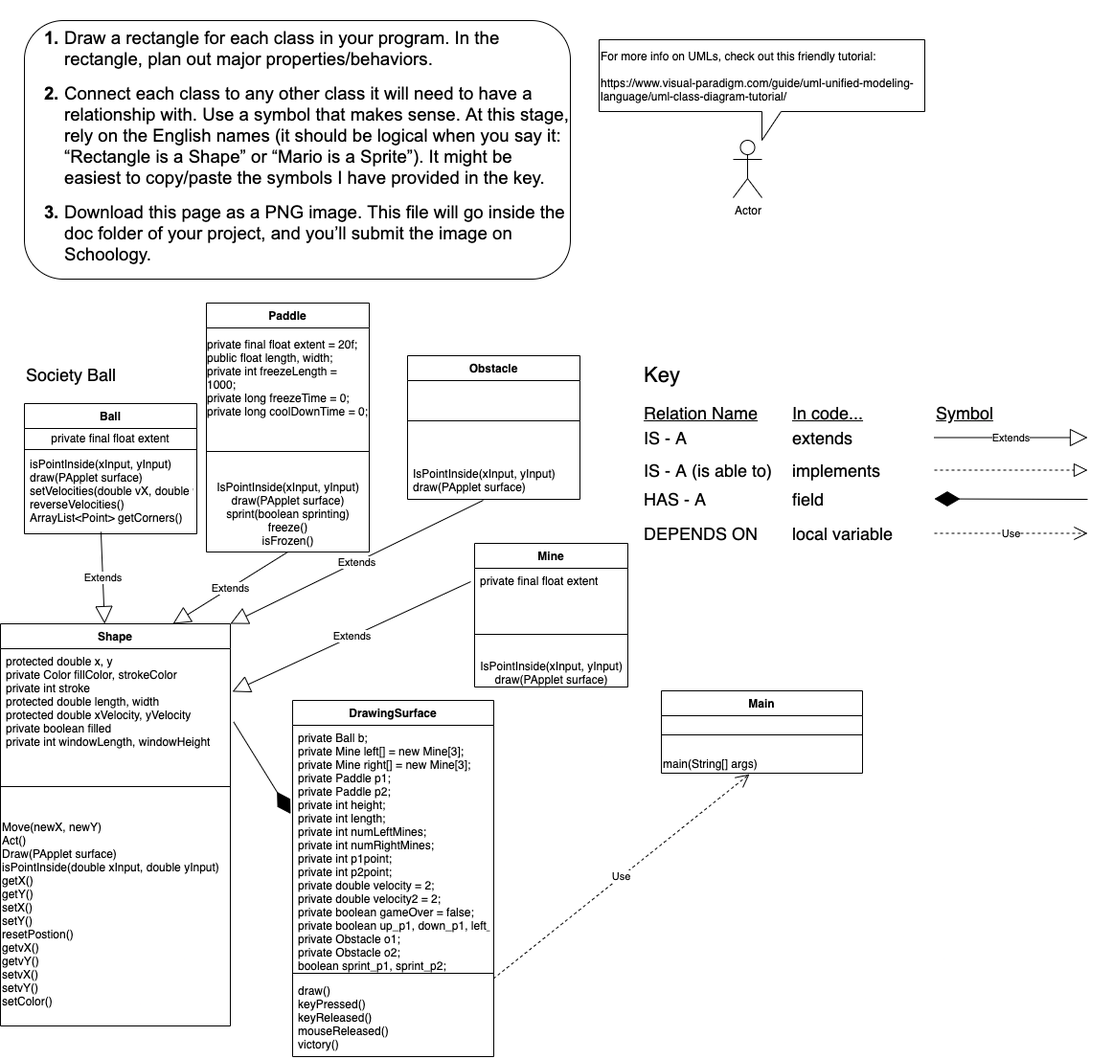
The draw.io diagram SocietyBall/doc/UML - SOCIETY BALL.png in HHSAPCompSci2020/capstone-project-society, before a commit. Source tidied: cells renumbered, new cells last; positions are measured from the earlier drawing's top-left corner, leaving out a move shared by most shapes.
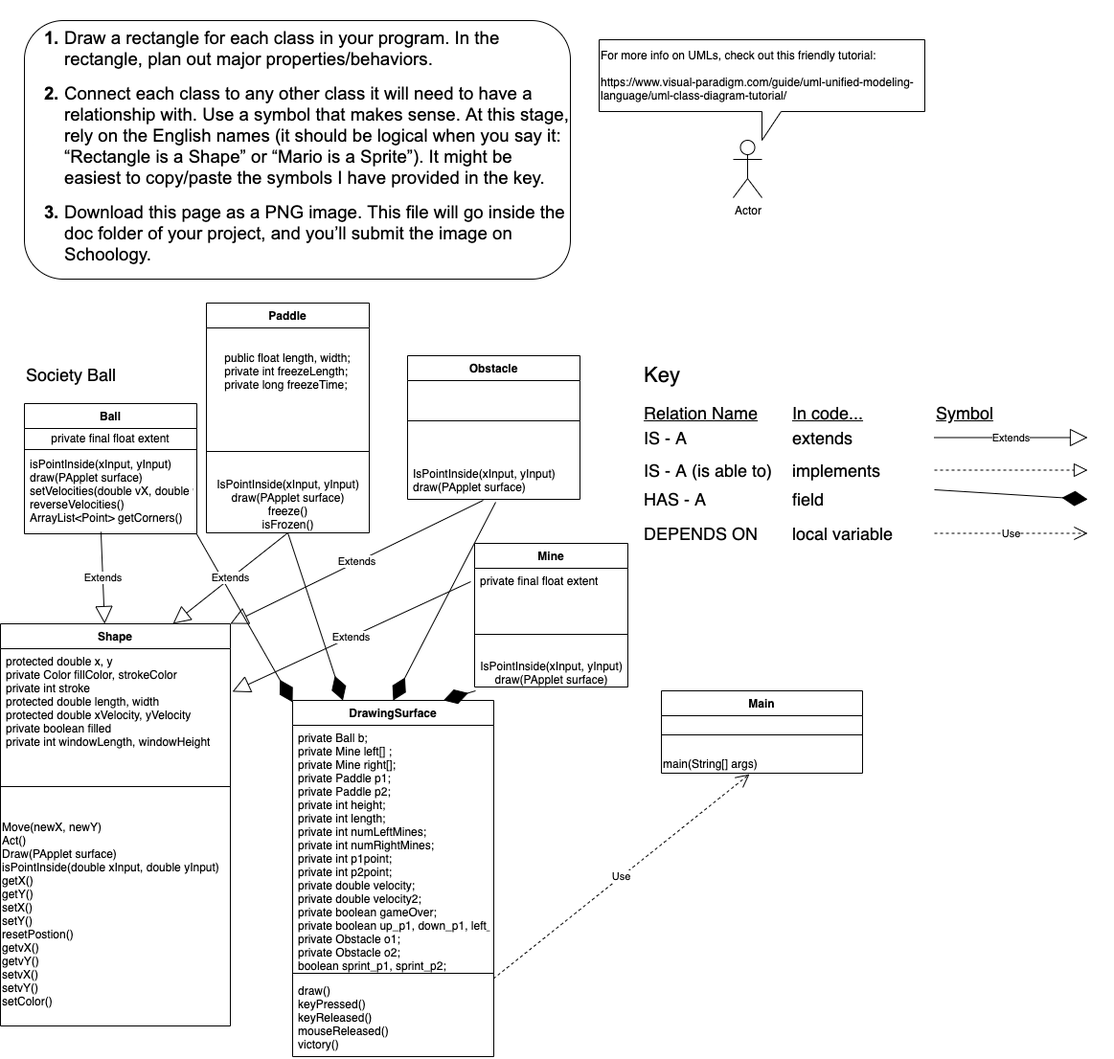
After the change.

Change to the diagram source:
```diff
@@ -14,6 +14,11 @@
     <mxCell id="5" value="isPointInside(xInput, yInput)&#10;draw(PApplet surface)&#10;setVelocities(double vX, double vY)&#10;reverseVelocities()&#10;ArrayList&lt;Point&gt; getCorners()" style="text;strokeColor=none;fillColor=none;align=left;verticalAlign=top;spacingLeft=4;spacingRight=4;overflow=hidden;points=[[0,0.5],[1,0.5]];portConstraint=eastwest;" parent="2" vertex="1">
       <mxGeometry y="50" width="180" height="86" as="geometry" />
     </mxCell>
+    <mxCell id="37" style="endArrow=diamondThin;endFill=1;endSize=24;html=1;" parent="2" edge="1" target="18">
+      <mxGeometry relative="1" as="geometry">
+        <mxPoint x="180" y="136.5" as="sourcePoint" />
+      </mxGeometry>
+    </mxCell>
     <mxCell id="6" value="&lt;br&gt;&lt;br&gt;&lt;b style=&quot;font-weight: normal&quot; id=&quot;docs-internal-guid-c7d128cd-7fff-e6f1-a204-49fbba2cfa26&quot;&gt;&lt;ol style=&quot;margin-top: 0 ; margin-bottom: 0&quot;&gt;&lt;li dir=&quot;ltr&quot; style=&quot;list-style-type: decimal ; font-size: 14pt ; font-family: &amp;#34;arial&amp;#34; ; color: rgb(0 , 0 , 0) ; background-color: transparent ; font-weight: 700 ; font-style: normal ; font-variant: normal ; text-decoration: none ; vertical-align: baseline&quot;&gt;&lt;p dir=&quot;ltr&quot; style=&quot;line-height: 1.2 ; margin-top: 0pt ; margin-bottom: 0pt&quot;&gt;&lt;span style=&quot;font-size: 14pt ; font-family: &amp;#34;arial&amp;#34; ; color: rgb(0 , 0 , 0) ; background-color: transparent ; font-weight: 400 ; font-style: normal ; font-variant: normal ; text-decoration: none ; vertical-align: baseline&quot;&gt;Draw a rectangle for each class in your program. In the rectangle, plan out major properties/behaviors.&lt;/span&gt;&lt;/p&gt;&lt;/li&gt;&lt;/ol&gt;&lt;br&gt;&lt;ol style=&quot;margin-top: 0 ; margin-bottom: 0&quot; start=&quot;2&quot;&gt;&lt;li dir=&quot;ltr&quot; style=&quot;list-style-type: decimal ; font-size: 14pt ; font-family: &amp;#34;arial&amp;#34; ; color: rgb(0 , 0 , 0) ; background-color: transparent ; font-weight: 700 ; font-style: normal ; font-variant: normal ; text-decoration: none ; vertical-align: baseline&quot;&gt;&lt;p dir=&quot;ltr&quot; style=&quot;line-height: 1.2 ; margin-top: 0pt ; margin-bottom: 0pt&quot;&gt;&lt;span style=&quot;font-size: 14pt ; font-family: &amp;#34;arial&amp;#34; ; color: rgb(0 , 0 , 0) ; background-color: transparent ; font-weight: 400 ; font-style: normal ; font-variant: normal ; text-decoration: none ; vertical-align: baseline&quot;&gt;Connect each class to any other class it will need to have a relationship with. Use a symbol that makes sense. At this stage, rely on the English names (it should be logical when you say it: “Rectangle is a Shape” or “Mario is a Sprite”). It might be easiest to copy/paste the symbols I have provided in the key.&lt;/span&gt;&lt;/p&gt;&lt;/li&gt;&lt;/ol&gt;&lt;br&gt;&lt;ol style=&quot;margin-top: 0 ; margin-bottom: 0&quot; start=&quot;3&quot;&gt;&lt;li dir=&quot;ltr&quot; style=&quot;list-style-type: decimal ; font-size: 14pt ; font-family: &amp;#34;arial&amp;#34; ; color: rgb(0 , 0 , 0) ; background-color: transparent ; font-weight: 700 ; font-style: normal ; font-variant: normal ; text-decoration: none ; vertical-align: baseline&quot;&gt;&lt;p dir=&quot;ltr&quot; style=&quot;line-height: 1.2 ; margin-top: 0pt ; margin-bottom: 0pt&quot;&gt;&lt;span style=&quot;font-size: 14pt ; font-family: &amp;#34;arial&amp;#34; ; color: rgb(0 , 0 , 0) ; background-color: transparent ; font-weight: 400 ; font-style: normal ; font-variant: normal ; text-decoration: none ; vertical-align: baseline&quot;&gt;Download this page as a PNG image. This file will go inside the doc folder of your project, and you’ll submit the image on Schoology.&lt;/span&gt;&lt;/p&gt;&lt;/li&gt;&lt;/ol&gt;&lt;div&gt;&lt;font face=&quot;arial&quot;&gt;&lt;span style=&quot;font-size: 18.6667px&quot;&gt;&lt;br&gt;&lt;/span&gt;&lt;/font&gt;&lt;/div&gt;&lt;div&gt;&lt;br&gt;&lt;/div&gt;&lt;/b&gt;" style="rounded=1;whiteSpace=wrap;html=1;align=left;" parent="1" vertex="1">
       <mxGeometry x="25" width="570" height="270" as="geometry" />
     </mxCell>
@@ -55,7 +60,7 @@
     <mxCell id="18" value="DrawingSurface" style="swimlane;fontStyle=1;align=center;verticalAlign=top;horizontal=1;startSize=26;direction=east;" parent="1" vertex="1">
       <mxGeometry x="305" y="710" width="210" height="372" as="geometry" />
     </mxCell>
-    <mxCell id="19" value="private Ball b;&#10;&#9;private Mine left[] = new Mine[3];&#10;&#9;private Mine right[] = new Mine[3];&#10;&#9;private Paddle p1;&#10;&#9;private Paddle p2;&#10;&#9;private int height;&#10;&#9;private int length;&#10;&#9;private int numLeftMines;&#10;&#9;private int numRightMines;&#10;&#9;private int p1point;&#10;&#9;private int p2point;&#10;&#9;private double velocity = 2;&#10;&#9;private double velocity2 = 2;&#10;&#9;private boolean gameOver = false;&#10;&#9;private boolean up_p1, down_p1, left_p1, right_p1, up_p2, down_p2, left_p2, right_p2;&#10;&#9;private Obstacle o1;&#10;&#9;private Obstacle o2;&#10;&#9;boolean sprint_p1, sprint_p2;" style="text;strokeColor=none;fillColor=none;align=left;verticalAlign=top;spacingLeft=4;spacingRight=4;overflow=hidden;points=[[0,0.5],[1,0.5]];portConstraint=eastwest;" parent="18" vertex="1">
+    <mxCell id="19" value="private Ball b;&#10;&#9;private Mine left[] ;&#10;&#9;private Mine right[];&#10;&#9;private Paddle p1;&#10;&#9;private Paddle p2;&#10;&#9;private int height;&#10;&#9;private int length;&#10;&#9;private int numLeftMines;&#10;&#9;private int numRightMines;&#10;&#9;private int p1point;&#10;&#9;private int p2point;&#10;&#9;private double velocity;&#10;&#9;private double velocity2;&#10;&#9;private boolean gameOver;&#10;&#9;private boolean up_p1, down_p1, left_p1, right_p1, up_p2, down_p2, left_p2, right_p2;&#10;&#9;private Obstacle o1;&#10;&#9;private Obstacle o2;&#10;&#9;boolean sprint_p1, sprint_p2;" style="text;strokeColor=none;fillColor=none;align=left;verticalAlign=top;spacingLeft=4;spacingRight=4;overflow=hidden;points=[[0,0.5],[1,0.5]];portConstraint=eastwest;" parent="18" vertex="1">
       <mxGeometry y="26" width="210" height="254" as="geometry" />
     </mxCell>
     <mxCell id="20" style="line;strokeWidth=1;fillColor=none;align=left;verticalAlign=middle;spacingTop=-1;spacingLeft=3;spacingRight=3;labelPosition=right;" parent="18" vertex="1">
@@ -115,12 +120,6 @@
         <mxPoint x="1135" y="535.5" as="targetPoint" />
       </mxGeometry>
     </mxCell>
-    <mxCell id="37" style="endArrow=diamondThin;endFill=1;endSize=24;html=1;" parent="1" edge="1">
-      <mxGeometry relative="1" as="geometry">
-        <mxPoint x="1135" y="500" as="sourcePoint" />
-        <mxPoint x="975" y="499.5" as="targetPoint" />
-      </mxGeometry>
-    </mxCell>
     <mxCell id="38" value="Extends" style="endArrow=block;endSize=16;endFill=0;html=1;" parent="1" edge="1">
       <mxGeometry relative="1" as="geometry">
         <mxPoint x="975" y="435.5" as="sourcePoint" />
@@ -128,16 +127,16 @@
       </mxGeometry>
     </mxCell>
     <mxCell id="39" value="Paddle" style="swimlane;fontStyle=1;align=center;verticalAlign=top;horizontal=1;startSize=26;" parent="1" vertex="1">
-      <mxGeometry x="215" y="295" width="170" height="260" as="geometry" />
+      <mxGeometry x="215" y="295" width="170" height="240" as="geometry" />
     </mxCell>
-    <mxCell id="40" value="&lt;div style=&quot;text-align: left&quot;&gt;&lt;span&gt;&#9;&lt;/span&gt;private final float extent = 20f;&lt;/div&gt;&lt;div style=&quot;text-align: left&quot;&gt;&lt;span&gt;&#9;&lt;/span&gt;public float length, width;&lt;/div&gt;&lt;div style=&quot;text-align: left&quot;&gt;&lt;span&gt;&#9;&lt;/span&gt;private int freezeLength = 1000;&lt;/div&gt;&lt;div style=&quot;text-align: left&quot;&gt;&lt;span&gt;&#9;&lt;/span&gt;private long freezeTime = 0;&lt;/div&gt;&lt;div style=&quot;text-align: left&quot;&gt;&lt;span&gt;&#9;&lt;/span&gt;private long coolDownTime = 0;&lt;/div&gt;" style="text;html=1;strokeColor=none;fillColor=none;align=center;verticalAlign=middle;whiteSpace=wrap;rounded=0;" parent="39" vertex="1">
+    <mxCell id="40" value="&lt;div style=&quot;text-align: left&quot;&gt;&lt;span&gt;public float length, width;&lt;/span&gt;&lt;br&gt;&lt;/div&gt;&lt;div style=&quot;text-align: left&quot;&gt;&lt;span&gt;&#9;&lt;/span&gt;private int freezeLength;&lt;/div&gt;&lt;div style=&quot;text-align: left&quot;&gt;&lt;span&gt;&#9;&lt;/span&gt;private long freezeTime;&lt;/div&gt;&lt;div style=&quot;text-align: left&quot;&gt;&lt;br&gt;&lt;/div&gt;" style="text;html=1;strokeColor=none;fillColor=none;align=center;verticalAlign=middle;whiteSpace=wrap;rounded=0;" parent="39" vertex="1">
       <mxGeometry y="26" width="170" height="104" as="geometry" />
     </mxCell>
     <mxCell id="41" style="line;strokeWidth=1;fillColor=none;align=left;verticalAlign=middle;spacingTop=-1;spacingLeft=3;spacingRight=3;labelPosition=right;" parent="39" vertex="1">
       <mxGeometry y="130" width="170" height="50" as="geometry" />
     </mxCell>
-    <mxCell id="42" value="&lt;span style=&quot;text-align: left&quot;&gt;IsPointInside(xInput, yInput)&lt;/span&gt;&lt;br style=&quot;padding: 0px ; margin: 0px ; text-align: left&quot;&gt;&lt;span style=&quot;text-align: left&quot;&gt;draw(PApplet surface)&lt;br&gt;sprint(boolean sprinting)&lt;br&gt;freeze()&lt;br&gt;isFrozen()&lt;br&gt;&lt;/span&gt;" style="text;html=1;align=center;verticalAlign=middle;points=[];strokeColor=none;" parent="39" vertex="1">
-      <mxGeometry y="180" width="170" height="80" as="geometry" />
+    <mxCell id="42" value="&lt;span style=&quot;text-align: left&quot;&gt;IsPointInside(xInput, yInput)&lt;/span&gt;&lt;br style=&quot;padding: 0px ; margin: 0px ; text-align: left&quot;&gt;&lt;span style=&quot;text-align: left&quot;&gt;draw(PApplet surface)&lt;br&gt;freeze()&lt;br&gt;isFrozen()&lt;br&gt;&lt;/span&gt;" style="text;html=1;align=center;verticalAlign=middle;points=[];strokeColor=none;" parent="39" vertex="1">
+      <mxGeometry y="180" width="170" height="60" as="geometry" />
     </mxCell>
     <mxCell id="43" value="Main" style="swimlane;fontStyle=1;align=center;verticalAlign=top;horizontal=1;startSize=26;" parent="1" vertex="1">
       <mxGeometry x="690" y="700" width="210" height="86" as="geometry" />
@@ -163,14 +162,26 @@
     <mxCell id="50" value="Extends" style="endArrow=block;endSize=16;endFill=0;html=1;entryX=1.009;entryY=0.394;entryDx=0;entryDy=0;entryPerimeter=0;exitX=-0.025;exitY=0.318;exitDx=0;exitDy=0;exitPerimeter=0;" parent="1" edge="1" source="15" target="11">
       <mxGeometry relative="1" as="geometry" />
     </mxCell>
-    <mxCell id="51" style="endArrow=diamondThin;endFill=1;endSize=24;html=1;exitX=1.014;exitY=0.67;exitDx=0;exitDy=0;exitPerimeter=0;entryX=-0.01;entryY=0.364;entryDx=0;entryDy=0;entryPerimeter=0;" parent="1" edge="1" source="11" target="19">
-      <mxGeometry relative="1" as="geometry" />
-    </mxCell>
     <mxCell id="52" value="Extends" style="endArrow=block;endSize=16;endFill=0;html=1;entryX=0.75;entryY=0;entryDx=0;entryDy=0;exitX=0.5;exitY=1;exitDx=0;exitDy=0;" parent="1" edge="1" source="39" target="9">
       <mxGeometry relative="1" as="geometry" />
     </mxCell>
     <mxCell id="53" value="Use" style="endArrow=open;endSize=12;dashed=1;html=1;exitX=0.998;exitY=0.008;exitDx=0;exitDy=0;exitPerimeter=0;entryX=0.438;entryY=1.05;entryDx=0;entryDy=0;entryPerimeter=0;" parent="1" edge="1" source="21" target="45">
       <mxGeometry relative="1" as="geometry" />
     </mxCell>
+    <mxCell id="54" style="endArrow=diamondThin;endFill=1;endSize=24;html=1;exitX=0.5;exitY=1;exitDx=0;exitDy=0;exitPerimeter=0;entryX=0.25;entryY=0;entryDx=0;entryDy=0;" parent="1" edge="1" source="42" target="18">
+      <mxGeometry relative="1" as="geometry" />
+    </mxCell>
+    <mxCell id="55" style="endArrow=diamondThin;endFill=1;endSize=24;html=1;exitX=0.511;exitY=1.075;exitDx=0;exitDy=0;exitPerimeter=0;entryX=0.5;entryY=0;entryDx=0;entryDy=0;" parent="1" edge="1" source="48" target="18">
+      <mxGeometry relative="1" as="geometry" />
+    </mxCell>
+    <mxCell id="56" style="endArrow=diamondThin;endFill=1;endSize=24;html=1;exitX=0.006;exitY=1.133;exitDx=0;exitDy=0;exitPerimeter=0;entryX=0.75;entryY=0;entryDx=0;entryDy=0;" parent="1" edge="1" source="17" target="18">
+      <mxGeometry relative="1" as="geometry" />
+    </mxCell>
+    <mxCell id="57" style="endArrow=diamondThin;endFill=1;endSize=24;html=1;" parent="1" edge="1">
+      <mxGeometry relative="1" as="geometry">
+        <mxPoint x="975" y="490" as="sourcePoint" />
+        <mxPoint x="1135" y="500" as="targetPoint" />
+      </mxGeometry>
+    </mxCell>
   </root>
 </mxGraphModel>
```
